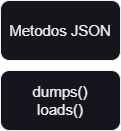
Above: SEPE_Python_Avanzado_PUE/Tema 3 - PCPP1/Apuntes_diagramas/diagramas/ficheros/Metodos JSON.png in NaveganteGithub/EstudiosPython (draw.io), before the change. Source tidied: cells renumbered, new cells last; positions are measured from the earlier drawing's top-left corner, leaving out a move shared by most shapes.
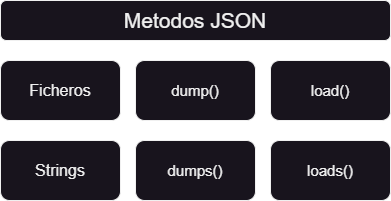
Above is the later version.

What changed in the source:
```diff
@@ -2,11 +2,26 @@
   <root>
     <mxCell id="0" />
     <mxCell id="1" parent="0" />
-    <mxCell id="2" value="Metodos JSON" style="rounded=1;whiteSpace=wrap;html=1;fontSize=15;" parent="1" vertex="1">
-      <mxGeometry width="120" height="60" as="geometry" />
+    <mxCell id="2" value="Metodos JSON" style="rounded=1;whiteSpace=wrap;html=1;fontSize=21;" parent="1" vertex="1">
+      <mxGeometry x="-114" width="390" height="40" as="geometry" />
     </mxCell>
-    <mxCell id="3" value="dumps()&lt;br style=&quot;font-size: 15px;&quot;&gt;loads()" style="rounded=1;whiteSpace=wrap;html=1;fontSize=15;" parent="1" vertex="1">
-      <mxGeometry y="70" width="120" height="60" as="geometry" />
+    <mxCell id="3" value="dumps()" style="rounded=1;whiteSpace=wrap;html=1;fontSize=15;" parent="1" vertex="1">
+      <mxGeometry x="21" y="140" width="120" height="60" as="geometry" />
     </mxCell>
+    <mxCell id="4" value="loads()" style="rounded=1;whiteSpace=wrap;html=1;fontSize=15;" parent="1" vertex="1">
+      <mxGeometry x="156" y="140" width="120" height="60" as="geometry" />
+    </mxCell>
+    <mxCell id="5" value="dump()" style="rounded=1;whiteSpace=wrap;html=1;fontSize=15;" parent="1" vertex="1">
+      <mxGeometry x="21" y="60" width="120" height="60" as="geometry" />
+    </mxCell>
+    <mxCell id="6" value="load()" style="rounded=1;whiteSpace=wrap;html=1;fontSize=15;" parent="1" vertex="1">
+      <mxGeometry x="156" y="60" width="120" height="60" as="geometry" />
+    </mxCell>
+    <mxCell id="7" value="Ficheros" style="rounded=1;whiteSpace=wrap;html=1;fontSize=16;" parent="1" vertex="1">
+      <mxGeometry x="-114" y="60" width="120" height="60" as="geometry" />
+    </mxCell>
+    <mxCell id="8" value="Strings" style="rounded=1;whiteSpace=wrap;html=1;fontSize=16;" parent="1" vertex="1">
+      <mxGeometry x="-114" y="140" width="120" height="60" as="geometry" />
+    </mxCell>
   </root>
 </mxGraphModel>
```
